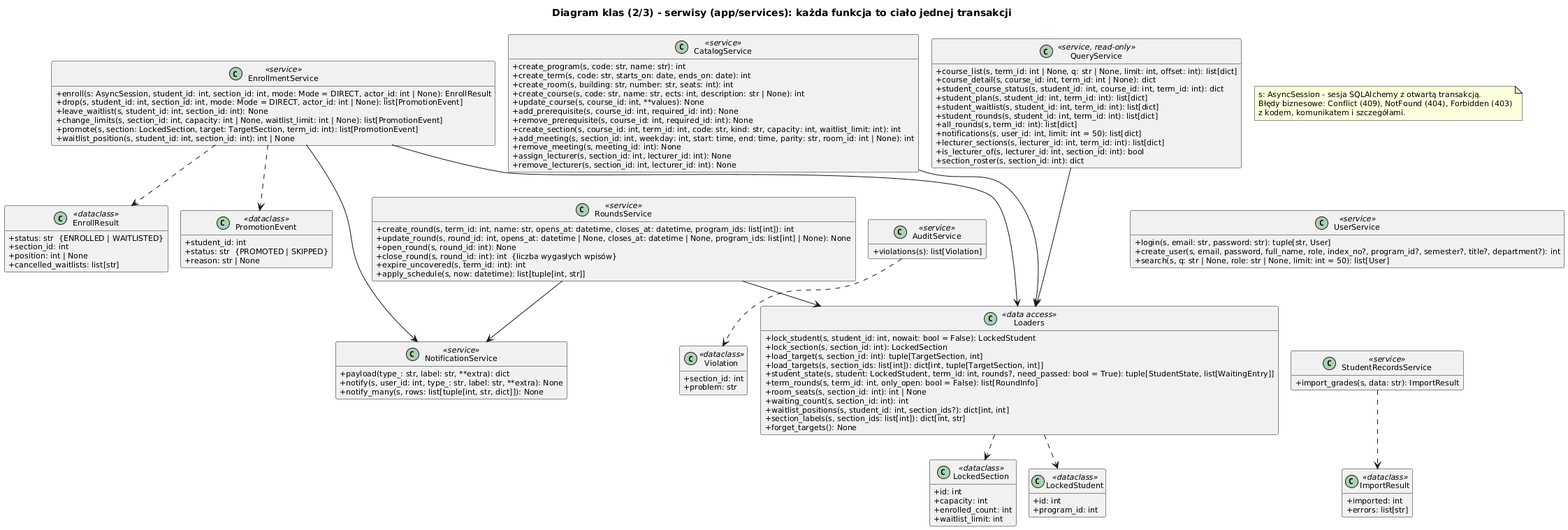
Above: etap3/diagramy/klasy_serwisy.png in Husaria55/USOSv2 (PlantUML), before the change.
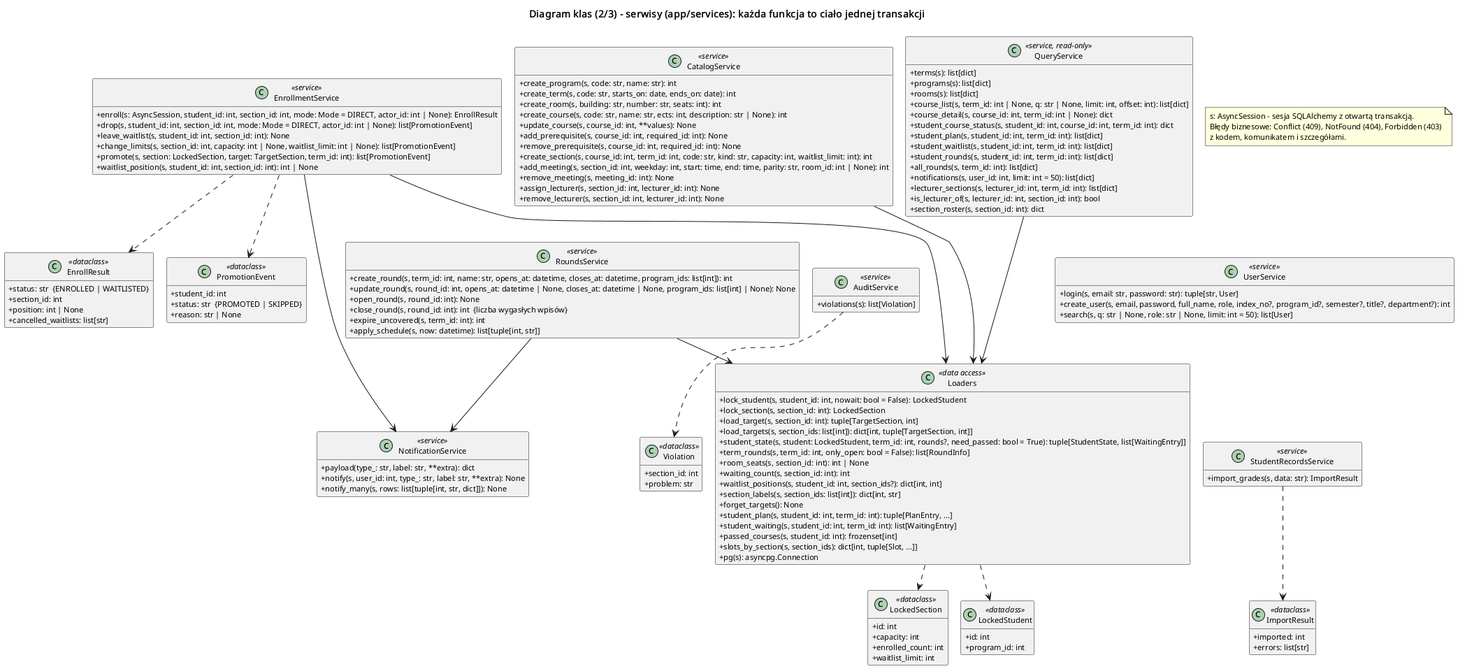
After the commit.

What changed in the source:
```diff
@@ -79,6 +79,9 @@
 }
 
 class QueryService <<service, read-only>> {
+  + terms(s): list[dict]
+  + programs(s): list[dict]
+  + rooms(s): list[dict]
   + course_list(s, term_id: int | None, q: str | None, limit: int, offset: int): list[dict]
   + course_detail(s, course_id: int, term_id: int | None): dict
   + student_course_status(s, student_id: int, course_id: int, term_id: int): dict
@@ -104,6 +107,11 @@
   + waitlist_positions(s, student_id: int, section_ids?): dict[int, int]
   + section_labels(s, section_ids: list[int]): dict[int, str]
   + forget_targets(): None
+  + student_plan(s, student_id: int, term_id: int): tuple[PlanEntry, ...]
+  + student_waiting(s, student_id: int, term_id: int): list[WaitingEntry]
+  + passed_courses(s, student_id: int): frozenset[int]
+  + slots_by_section(s, section_ids): dict[int, tuple[Slot, ...]]
+  + pg(s): asyncpg.Connection
 }
 class LockedStudent <<dataclass>> {
   + id: int
```
